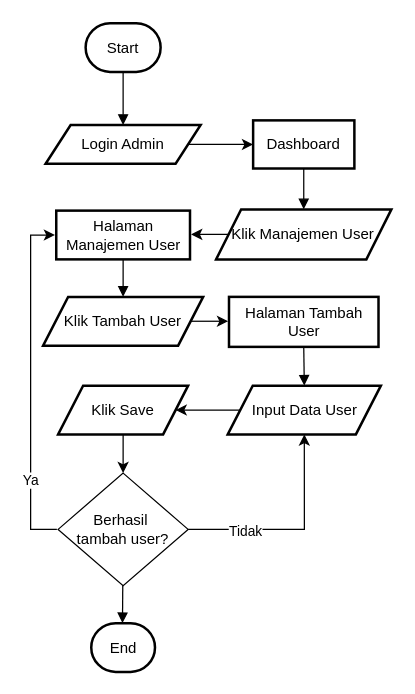
Above: page "Page-1" (1 of 5) of flowchart/adduser.drawio in IrfanNasyakban/ReactJs-LMS-GreenSys (draw.io), before the change. Source tidied: cells renumbered, new cells numbered last; positions are measured from the earlier drawing's top-left corner, leaving out a move shared by most shapes. Both pictures are drawn from the tidied source at 125%, with x=0, y=0 at pixel (30, 22).
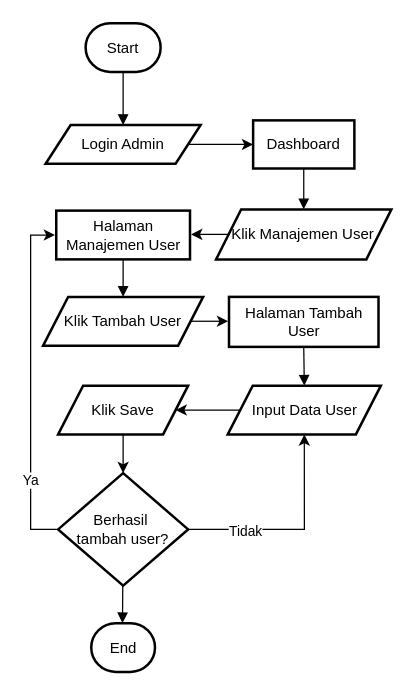
The same diagram, later.

The edit, as a diff of the source:
```diff
@@
-    <mxCell id="26" value="Berhasil&amp;nbsp;&lt;div&gt;tambah user?&lt;/div&gt;" style="rhombus;whiteSpace=wrap;html=1;" parent="1" vertex="1">
+    <mxCell id="26" value="Berhasil&amp;nbsp;&lt;div&gt;tambah user?&lt;/div&gt;" style="rhombus;whiteSpace=wrap;html=1;strokeWidth=2;" parent="1" vertex="1">
       <mxGeometry x="22" y="360" width="104" height="90" as="geometry" />
     </mxCell>
```
